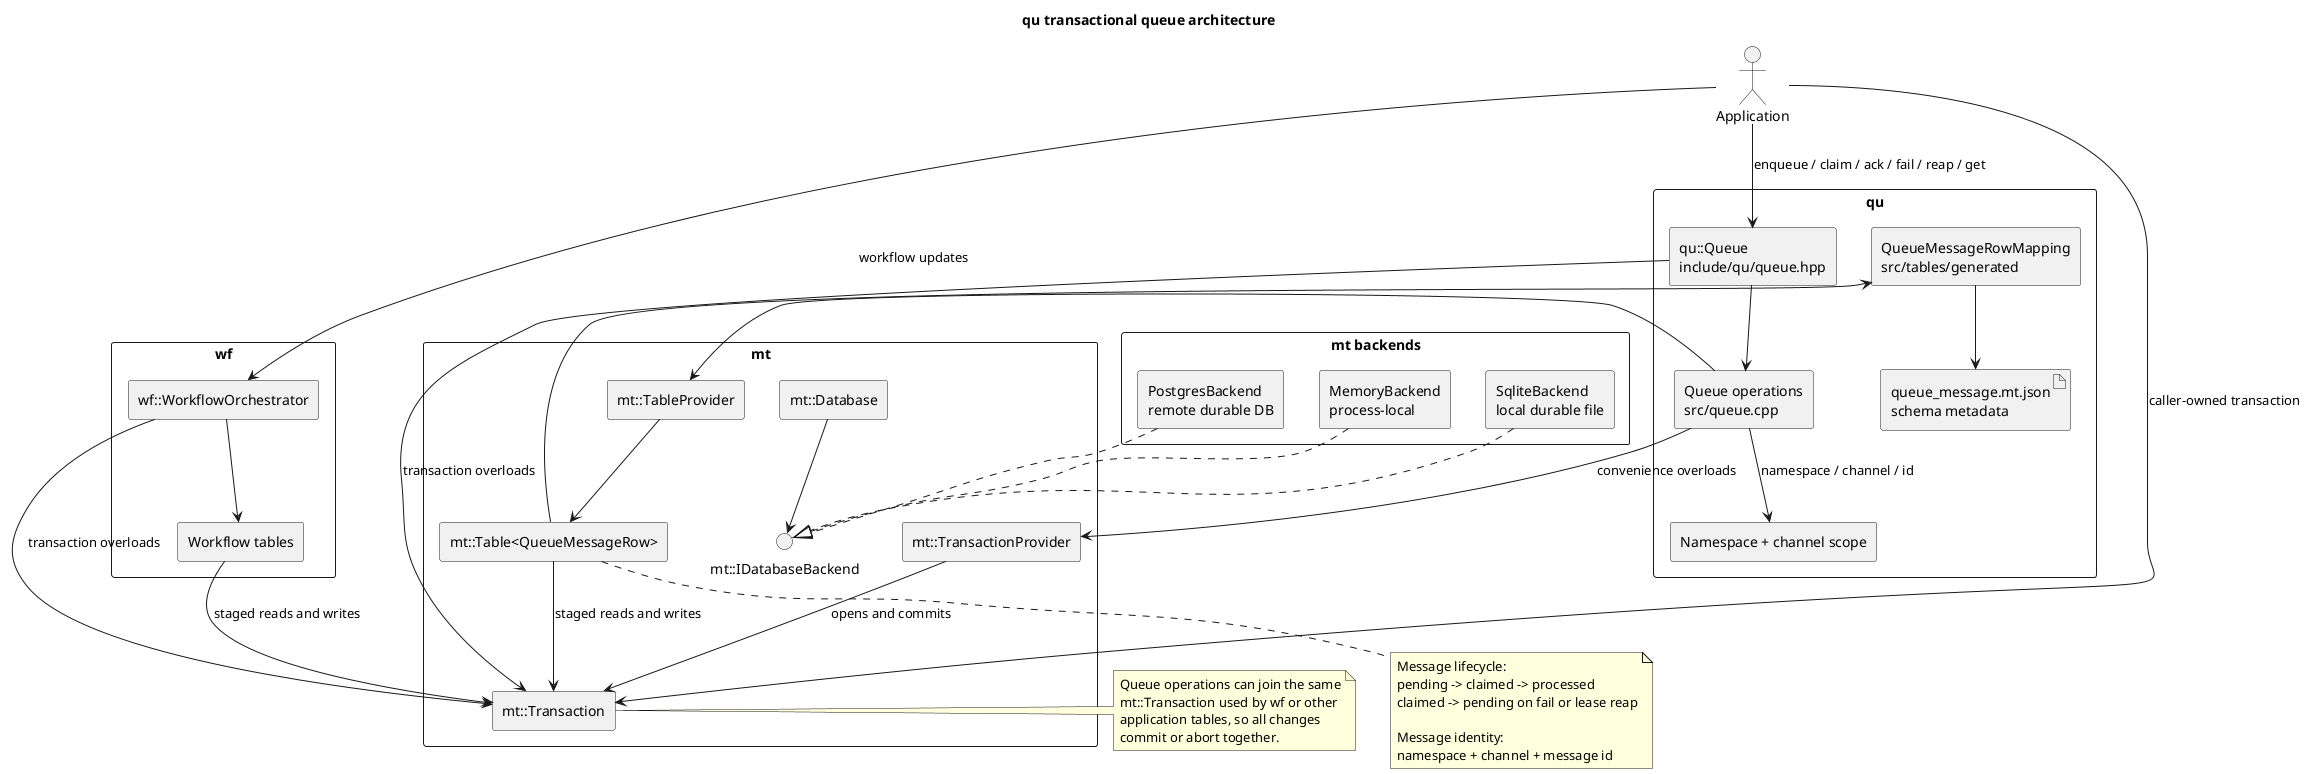
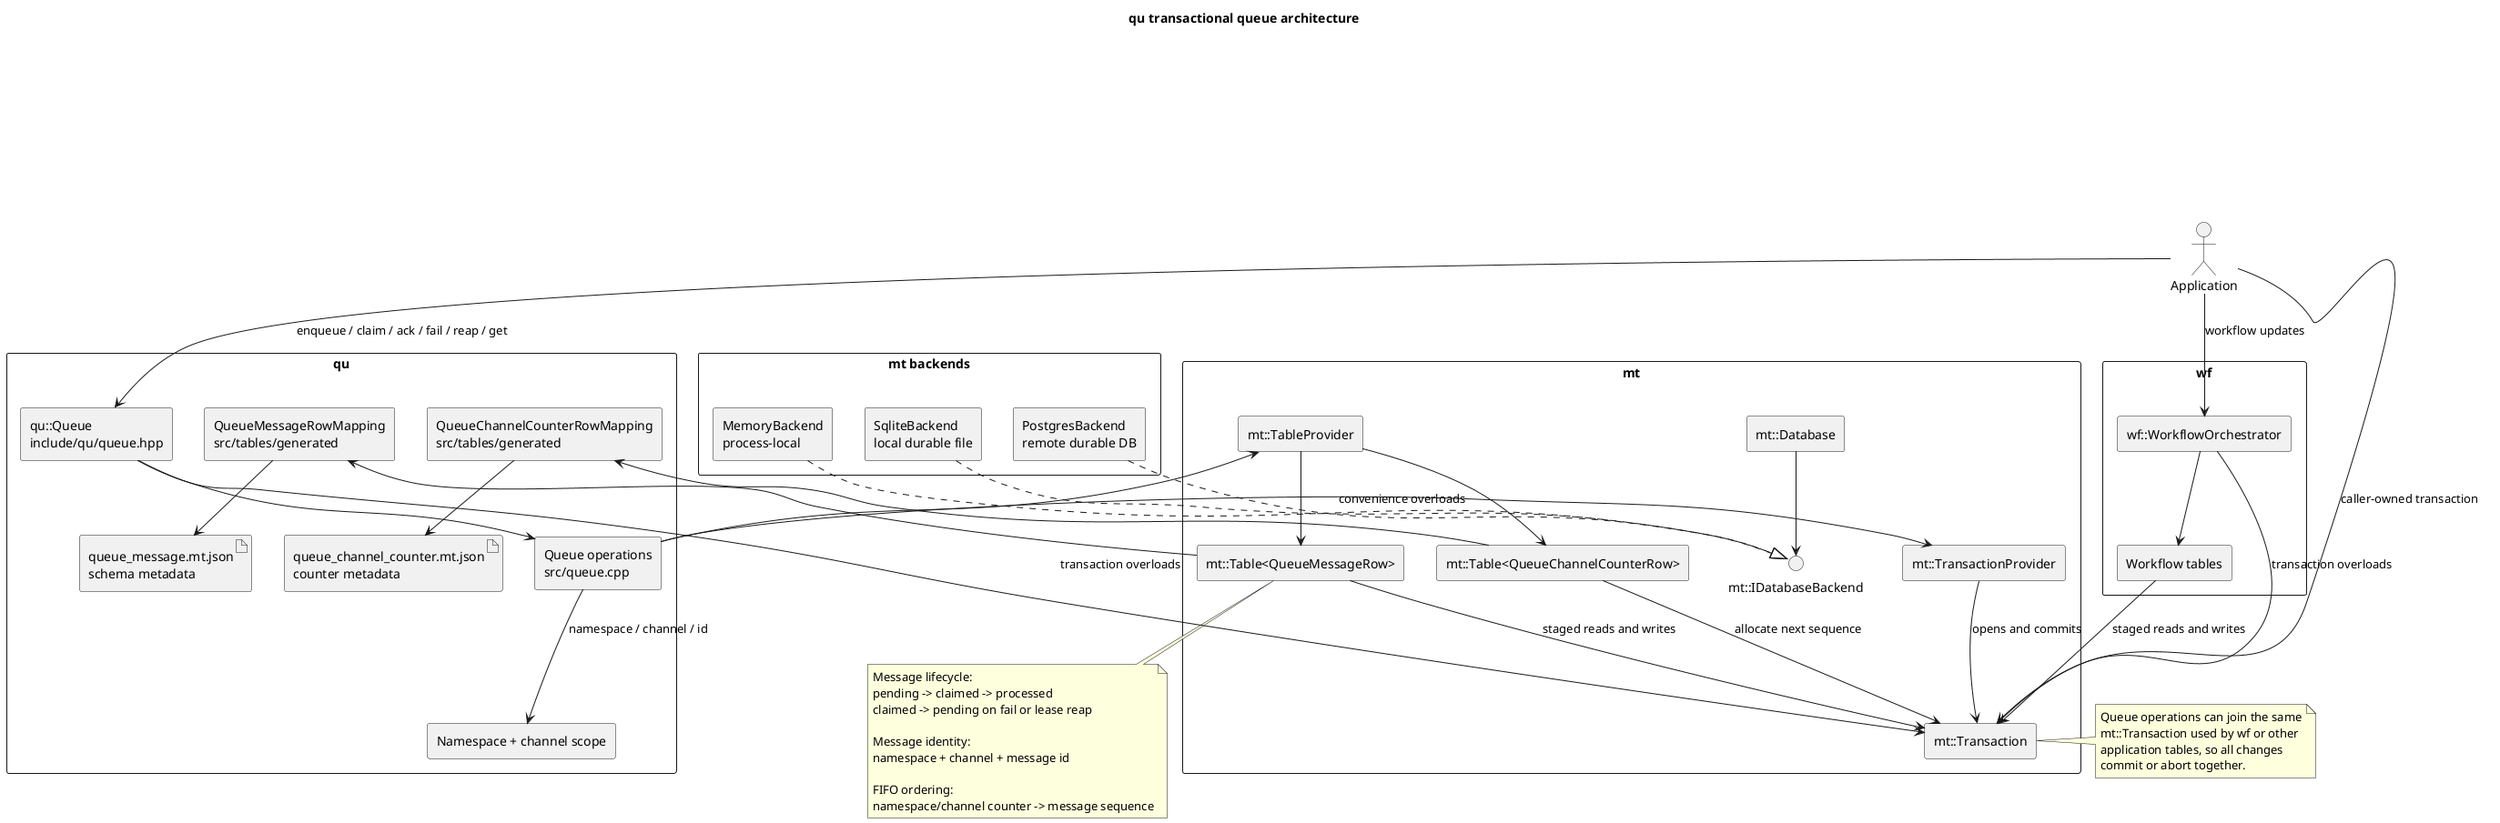
@startuml
title qu transactional queue architecture

skinparam componentStyle rectangle
skinparam shadowing false
skinparam packageStyle rectangle

actor "Application" as app

package "qu" {
    component "qu::Queue\ninclude/qu/queue.hpp" as queue
    component "Queue operations\nsrc/queue.cpp" as ops
    component "Namespace + channel scope" as scope
    component "QueueMessageRowMapping\nsrc/tables/generated" as mapping
+     component "QueueChannelCounterRowMapping\nsrc/tables/generated" as counterMapping
    artifact "queue_message.mt.json\nschema metadata" as schema
+     artifact "queue_channel_counter.mt.json\ncounter metadata" as counterSchema
}

package "wf" {
    component "wf::WorkflowOrchestrator" as orchestrator
    component "Workflow tables" as workflowTables
}

package "mt" {
    component "mt::Database" as database
    component "mt::TransactionProvider" as txs
    component "mt::Transaction" as tx
    component "mt::TableProvider" as tables
    component "mt::Table<QueueMessageRow>" as table
+     component "mt::Table<QueueChannelCounterRow>" as counterTable
    interface "mt::IDatabaseBackend" as backend
}

package "mt backends" {
    component "MemoryBackend\nprocess-local" as memory
    component "SqliteBackend\nlocal durable file" as sqlite
    component "PostgresBackend\nremote durable DB" as postgres
}

database --> backend
memory ..|> backend
sqlite ..|> backend
postgres ..|> backend

app --> queue : enqueue / claim / ack / fail / reap / get
app --> orchestrator : workflow updates

queue --> ops
ops --> scope : namespace / channel / id
ops --> txs : convenience overloads
txs --> tx : opens and commits
app --> tx : caller-owned transaction
queue --> tx : transaction overloads
orchestrator --> tx : transaction overloads

ops --> tables
tables --> table
+ tables --> counterTable
table --> mapping
+ counterTable --> counterMapping
mapping --> schema
+ counterMapping --> counterSchema
table --> tx : staged reads and writes
+ counterTable --> tx : allocate next sequence
orchestrator --> workflowTables
workflowTables --> tx : staged reads and writes

note right of tx
Queue operations can join the same
mt::Transaction used by wf or other
application tables, so all changes
commit or abort together.
end note

note bottom of table
Message lifecycle:
pending -> claimed -> processed
claimed -> pending on fail or lease reap

Message identity:
namespace + channel + message id
+ 
+ FIFO ordering:
+ namespace/channel counter -> message sequence
end note

@enduml
